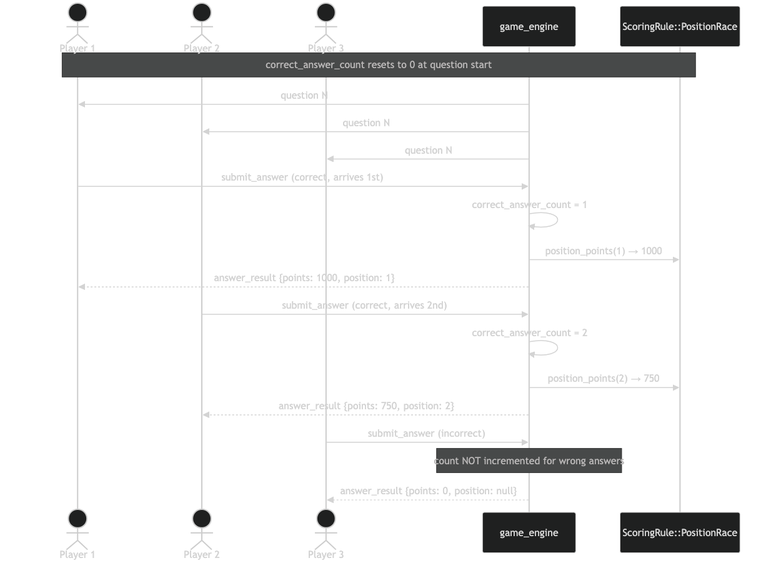
Earlier version of the Mermaid export docs/images/flow-position-race.png (campeis/quiz-game). Its source is kept beside it as docs/diagrams/flow-position-race.mmd.
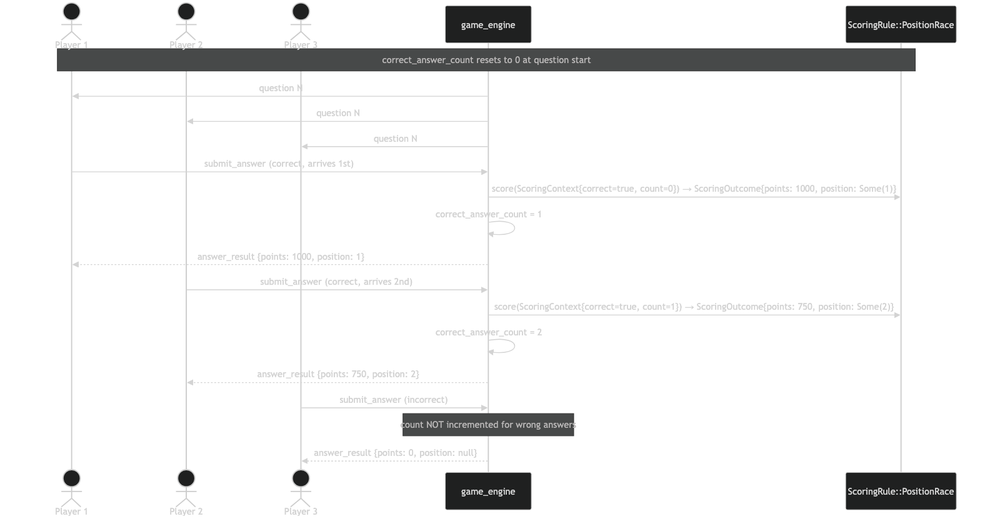
Later version of the same file.

Diff of the diagram source:
```diff
@@ -12,13 +12,13 @@
     GE->>P3: question N
 
     P1->>GE: submit_answer (correct, arrives 1st)
+    GE->>SR: score(ScoringContext{correct=true, count=0}) → ScoringOutcome{points: 1000, position: Some(1)}
     GE->>GE: correct_answer_count = 1
-    GE->>SR: position_points(1) → 1000
     GE-->>P1: answer_result {points: 1000, position: 1}
 
     P2->>GE: submit_answer (correct, arrives 2nd)
+    GE->>SR: score(ScoringContext{correct=true, count=1}) → ScoringOutcome{points: 750, position: Some(2)}
     GE->>GE: correct_answer_count = 2
-    GE->>SR: position_points(2) → 750
     GE-->>P2: answer_result {points: 750, position: 2}
 
     P3->>GE: submit_answer (incorrect)
```
